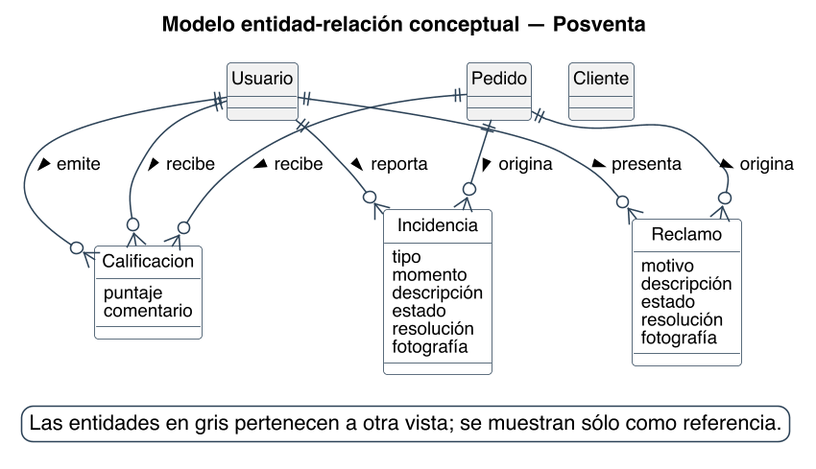
Nahuelito-Dev/splg-docs keeps this PlantUML diagram as diagramas/base-de-datos/conceptual/SPLG-der-06-posventa.png. Above is the earlier version.
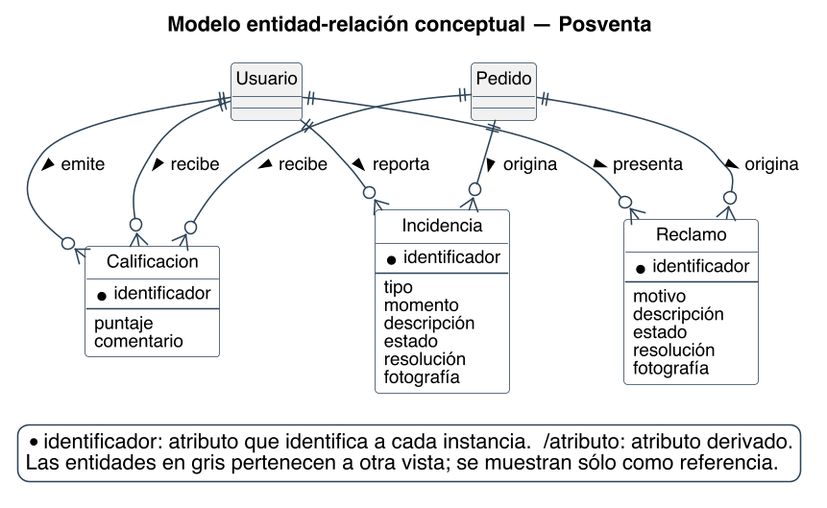
After the change.

Diff of the diagram source:
```diff
@@ -29,10 +29,14 @@
 skinparam ranksep 45
 
 entity Calificacion {
+  * identificador
+  --
   {field} puntaje
   {field} comentario
 }
 entity Incidencia {
+  * identificador
+  --
   {field} tipo
   {field} momento
   {field} descripción
@@ -41,6 +45,8 @@
   {field} fotografía
 }
 entity Reclamo {
+  * identificador
+  --
   {field} motivo
   {field} descripción
   {field} estado
@@ -50,8 +56,6 @@
 entity Usuario #F1F1F1 {
 }
 entity Pedido #F1F1F1 {
-}
-entity Cliente #F1F1F1 {
 }
 
 Usuario ||--o{ Reclamo : presenta >
@@ -63,6 +67,7 @@
 Usuario ||--o{ Calificacion : recibe >
 
 legend bottom right
+  * identificador: atributo que identifica a cada instancia.  /atributo: atributo derivado.
   Las entidades en gris pertenecen a otra vista; se muestran sólo como referencia.
 endlegend
 @enduml
```
